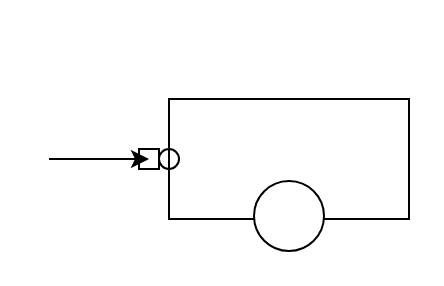
Before: Project AGV Deel 2/Untitled Diagram.drawio in Yamairo/Mechatronica-2024, a draw.io diagram. Source tidied: cells renumbered, new cells numbered last; positions are measured from the earlier drawing's top-left corner, leaving out a move shared by most shapes. Both pictures are drawn from the tidied source at 200%, with x=0, y=0 at pixel (48, 98).
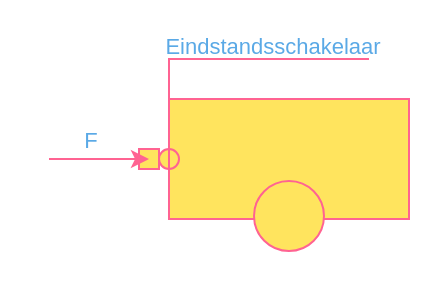
The same diagram, later.

The edit, as a diff of the source:
```diff
@@
 <mxGraphModel>
   <root>
     <mxCell id="0" />
     <mxCell id="1" parent="0" />
-    <mxCell id="2" style="rounded=0;whiteSpace=wrap;html=1;" parent="1" vertex="1">
+    <mxCell id="2" style="rounded=0;whiteSpace=wrap;html=1;labelBackgroundColor=none;fillColor=#FFE45E;strokeColor=#FF6392;fontColor=#5AA9E6;" parent="1" vertex="1">
       <mxGeometry x="60" width="120" height="60" as="geometry" />
     </mxCell>
+    <mxCell id="7" style="edgeStyle=orthogonalEdgeStyle;rounded=0;jettySize=auto;html=1;fillColor=#FFE45E;strokeColor=#FF6392;endArrow=none;startFill=0;labelBackgroundColor=none;fontColor=default;" parent="1" edge="1" source="3">
+      <mxGeometry relative="1" as="geometry">
+        <mxPoint x="160" y="-20" as="targetPoint" />
+        <Array as="points">
+          <mxPoint x="60" y="-20" />
+          <mxPoint x="160" y="-20" />
+        </Array>
+      </mxGeometry>
+    </mxCell>
+    <mxCell id="8" value="Eindstandsschakelaar&lt;div&gt;&lt;br&gt;&lt;/div&gt;" style="edgeLabel;html=1;align=center;verticalAlign=middle;labelBackgroundColor=none;rounded=0;fontColor=#5AA9E6;" parent="7" vertex="1">
+      <mxGeometry x="0.03" y="1" relative="1" as="geometry">
+        <mxPoint x="21" y="1" as="offset" />
+      </mxGeometry>
+    </mxCell>
-    <mxCell id="3" style="shape=lineEllipse;line=vertical;perimeter=ellipsePerimeter;whiteSpace=wrap;html=1;backgroundOutline=1;" parent="1" vertex="1">
+    <mxCell id="3" style="shape=lineEllipse;line=vertical;perimeter=ellipsePerimeter;whiteSpace=wrap;html=1;backgroundOutline=1;rounded=0;labelBackgroundColor=none;fillColor=#FFE45E;strokeColor=#FF6392;fontColor=#5AA9E6;" parent="1" vertex="1">
       <mxGeometry x="55" y="25" width="10" height="10" as="geometry" />
     </mxCell>
-    <mxCell id="4" style="verticalLabelPosition=bottom;verticalAlign=top;html=1;shape=mxgraph.basic.rect;fillColor2=none;strokeWidth=1;size=20;indent=5;" parent="1" vertex="1">
+    <mxCell id="4" style="verticalLabelPosition=bottom;verticalAlign=top;html=1;shape=mxgraph.basic.rect;fillColor2=none;strokeWidth=1;size=20;indent=5;rounded=0;labelBackgroundColor=none;fillColor=#FFE45E;strokeColor=#FF6392;fontColor=#5AA9E6;" parent="1" vertex="1">
       <mxGeometry x="45" y="25" width="10" height="10" as="geometry" />
     </mxCell>
-    <mxCell id="5" style="ellipse;whiteSpace=wrap;html=1;" parent="1" vertex="1">
+    <mxCell id="5" style="ellipse;whiteSpace=wrap;html=1;rounded=0;labelBackgroundColor=none;fillColor=#FFE45E;strokeColor=#FF6392;fontColor=#5AA9E6;" parent="1" vertex="1">
       <mxGeometry x="102.5" y="41" width="35" height="35" as="geometry" />
     </mxCell>
-    <mxCell id="6" style="edgeStyle=none;orthogonalLoop=1;jettySize=auto;html=1;rounded=0;" parent="1" edge="1">
+    <mxCell id="6" style="edgeStyle=none;orthogonalLoop=1;jettySize=auto;html=1;rounded=0;labelBackgroundColor=none;strokeColor=#FF6392;fontColor=default;" parent="1" edge="1">
       <mxGeometry relative="1" as="geometry">
         <mxPoint y="30" as="sourcePoint" />
         <mxPoint x="50" y="30" as="targetPoint" />
       </mxGeometry>
     </mxCell>
+    <mxCell id="9" value="F" style="edgeLabel;html=1;align=center;verticalAlign=middle;rounded=0;labelBackgroundColor=none;fontColor=#5AA9E6;" parent="6" vertex="1">
+      <mxGeometry x="-0.56" y="-2" relative="1" as="geometry">
+        <mxPoint x="9" y="-12" as="offset" />
+      </mxGeometry>
+    </mxCell>
   </root>
 </mxGraphModel>
```
